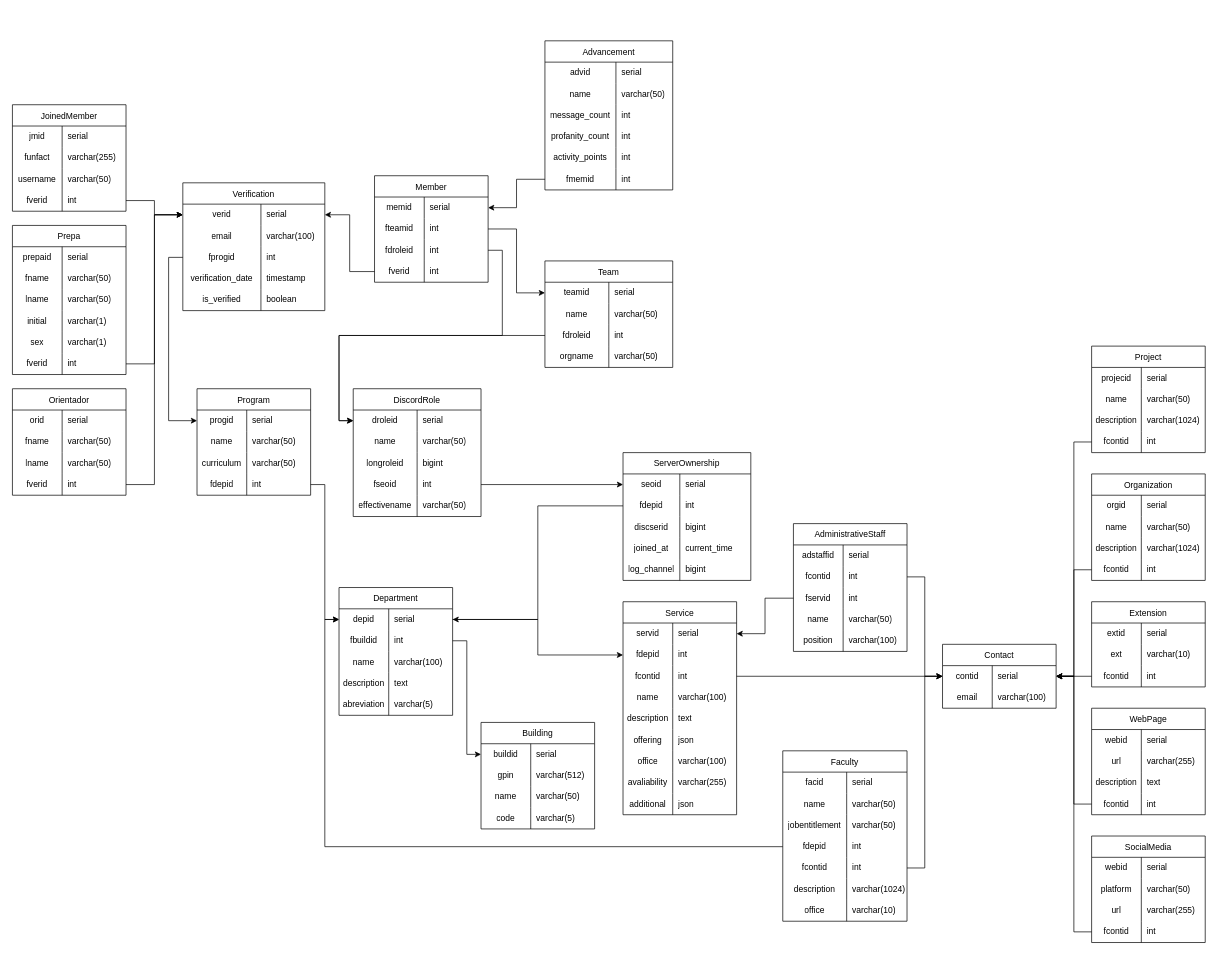
Earlier version of the draw.io diagram assets/schema/DatabaseSchema.drawio (AlfredoSoto1/BotOrientador). Source tidied: cells renumbered, new cells numbered last; positions are measured from the earlier drawing's top-left corner, leaving out a move shared by most shapes. Both pictures are drawn from the tidied source at 71%, with x=0, y=0 at pixel (12, 40).
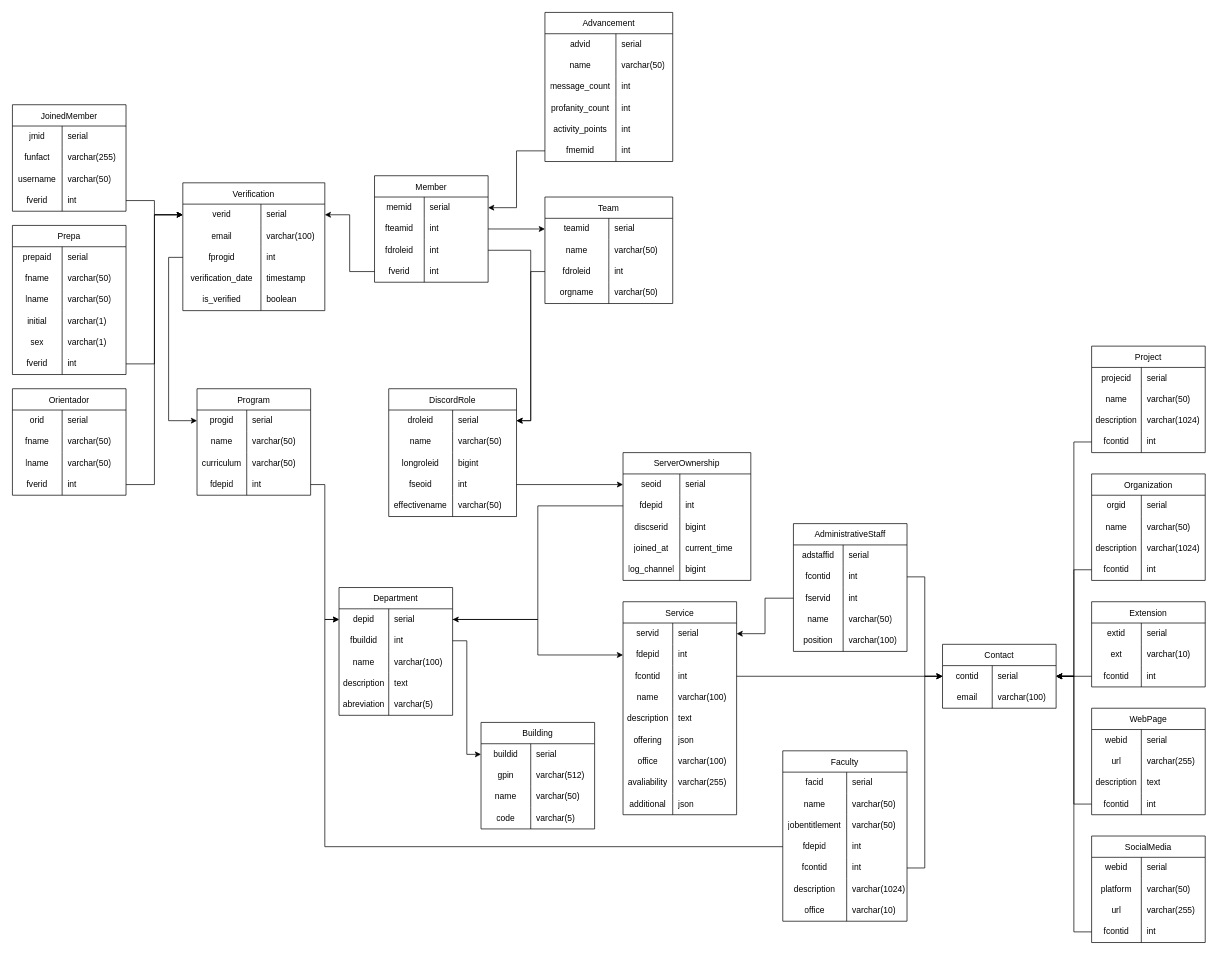
The same page after the edit.

The change refers to these unchanged cells:
```xml
<mxCell id="36" style="shape=tableRow;horizontal=0;startSize=0;swimlaneHead=0;swimlaneBody=0;top=0;left=0;bottom=0;right=0;fillColor=none;points=[[0,0.5],[1,0.5]];portConstraint=eastwest;strokeColor=inherit;fontSize=12;" parent="35" vertex="1">
  <mxGeometry y="30" width="160" height="30" as="geometry" />
</mxCell>
<mxCell id="155" style="shape=tableRow;horizontal=0;startSize=0;swimlaneHead=0;swimlaneBody=0;top=0;left=0;bottom=0;right=0;fillColor=none;points=[[0,0.5],[1,0.5]];portConstraint=eastwest;strokeColor=inherit;fontSize=12;" parent="151" vertex="1">
  <mxGeometry y="60" width="180" height="30" as="geometry" />
</mxCell>
<mxCell id="222" style="shape=tableRow;horizontal=0;startSize=0;swimlaneHead=0;swimlaneBody=0;top=0;left=0;bottom=0;right=0;fillColor=none;points=[[0,0.5],[1,0.5]];portConstraint=eastwest;strokeColor=inherit;fontSize=12;" parent="221" vertex="1">
  <mxGeometry y="30" width="180" height="30" as="geometry" />
</mxCell>
<mxCell id="305" style="shape=tableRow;horizontal=0;startSize=0;swimlaneHead=0;swimlaneBody=0;top=0;left=0;bottom=0;right=0;fillColor=none;points=[[0,0.5],[1,0.5]];portConstraint=eastwest;strokeColor=inherit;fontSize=12;" parent="298" vertex="1">
  <mxGeometry y="90" width="160" height="30" as="geometry" />
</mxCell>
<mxCell id="318" style="shape=tableRow;horizontal=0;startSize=0;swimlaneHead=0;swimlaneBody=0;top=0;left=0;bottom=0;right=0;fillColor=none;points=[[0,0.5],[1,0.5]];portConstraint=eastwest;strokeColor=inherit;fontSize=12;" parent="311" vertex="1">
  <mxGeometry y="90" width="180" height="30" as="geometry" />
</mxCell>
```

Change to the diagram source:
```diff
@@
     <mxCell id="2" value="Advancement" style="shape=table;startSize=30;childLayout=tableLayout;rowLines=0;fontStyle=0;strokeColor=default;fontSize=12;" parent="1" vertex="1">
-      <mxGeometry x="750" width="180" height="210" as="geometry" />
+      <mxGeometry x="750" y="-40" width="180" height="210" as="geometry" />
     </mxCell>
@@
     <mxCell id="221" value="DiscordRole" style="shape=table;startSize=30;childLayout=tableLayout;rowLines=0;fontStyle=0;strokeColor=default;fontSize=12;" parent="1" vertex="1">
-      <mxGeometry x="480" y="490" width="180" height="180" as="geometry" />
+      <mxGeometry x="530" y="490" width="180" height="180" as="geometry" />
     </mxCell>
@@
     <mxCell id="311" value="Team" style="shape=table;startSize=30;childLayout=tableLayout;rowLines=0;fontStyle=0;strokeColor=default;fontSize=12;" parent="1" vertex="1">
-      <mxGeometry x="750" y="310" width="180" height="150" as="geometry" />
+      <mxGeometry x="750" y="220" width="180" height="150" as="geometry" />
     </mxCell>
@@
+    <mxCell id="341" style="edgeStyle=orthogonalEdgeStyle;rounded=0;jettySize=auto;html=1;exitX=0;exitY=0.5;exitDx=0;exitDy=0;entryX=1;entryY=0.5;entryDx=0;entryDy=0;" parent="1" edge="1" source="155" target="36">
+      <mxGeometry relative="1" as="geometry" />
+    </mxCell>
-    <mxCell id="339" style="edgeStyle=orthogonalEdgeStyle;rounded=0;jettySize=auto;html=1;exitX=1;exitY=0.5;exitDx=0;exitDy=0;entryX=0;entryY=0.5;entryDx=0;entryDy=0;" parent="1" edge="1" source="305" target="222">
+    <mxCell id="339" style="edgeStyle=orthogonalEdgeStyle;rounded=0;jettySize=auto;html=1;exitX=1;exitY=0.5;exitDx=0;exitDy=0;entryX=1;entryY=0.5;entryDx=0;entryDy=0;" parent="1" edge="1" source="305" target="222">
       <mxGeometry relative="1" as="geometry" />
     </mxCell>
-    <mxCell id="340" style="edgeStyle=orthogonalEdgeStyle;rounded=0;jettySize=auto;html=1;exitX=0;exitY=0.5;exitDx=0;exitDy=0;entryX=0;entryY=0.5;entryDx=0;entryDy=0;" parent="1" edge="1" source="318" target="222">
+    <mxCell id="340" style="edgeStyle=orthogonalEdgeStyle;rounded=0;jettySize=auto;html=1;exitX=0;exitY=0.5;exitDx=0;exitDy=0;entryX=1;entryY=0.5;entryDx=0;entryDy=0;" parent="1" edge="1" source="318" target="222">
       <mxGeometry relative="1" as="geometry" />
     </mxCell>
-    <mxCell id="341" style="edgeStyle=orthogonalEdgeStyle;rounded=0;jettySize=auto;html=1;exitX=0;exitY=0.5;exitDx=0;exitDy=0;entryX=1;entryY=0.5;entryDx=0;entryDy=0;" parent="1" edge="1" source="155" target="36">
-      <mxGeometry relative="1" as="geometry" />
-    </mxCell>
```
